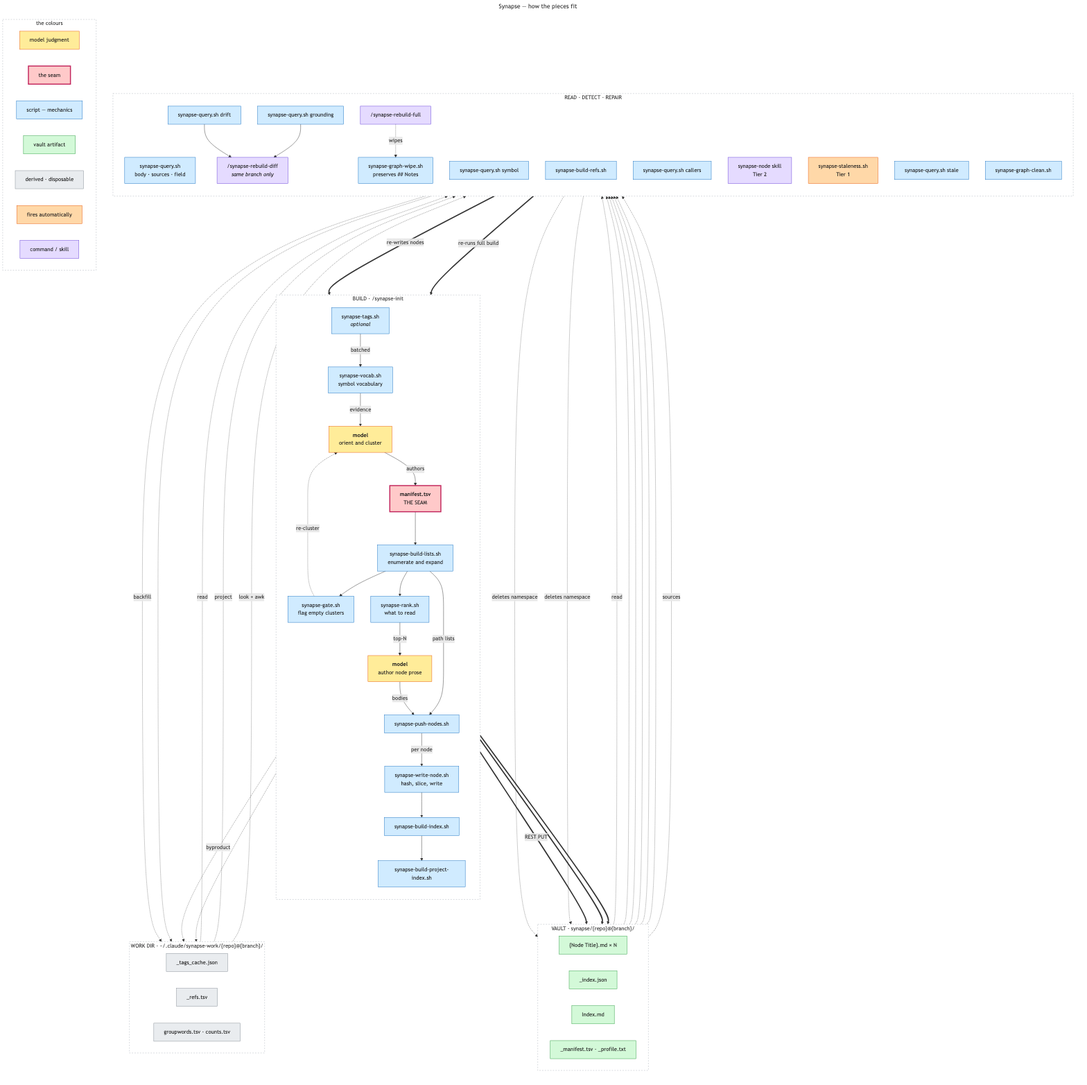
Earlier version of the Mermaid export docs/diagrams/synapse-pipeline.png (imunitic/synapse). Its source is kept beside it as docs/diagrams/synapse-pipeline.mmd.
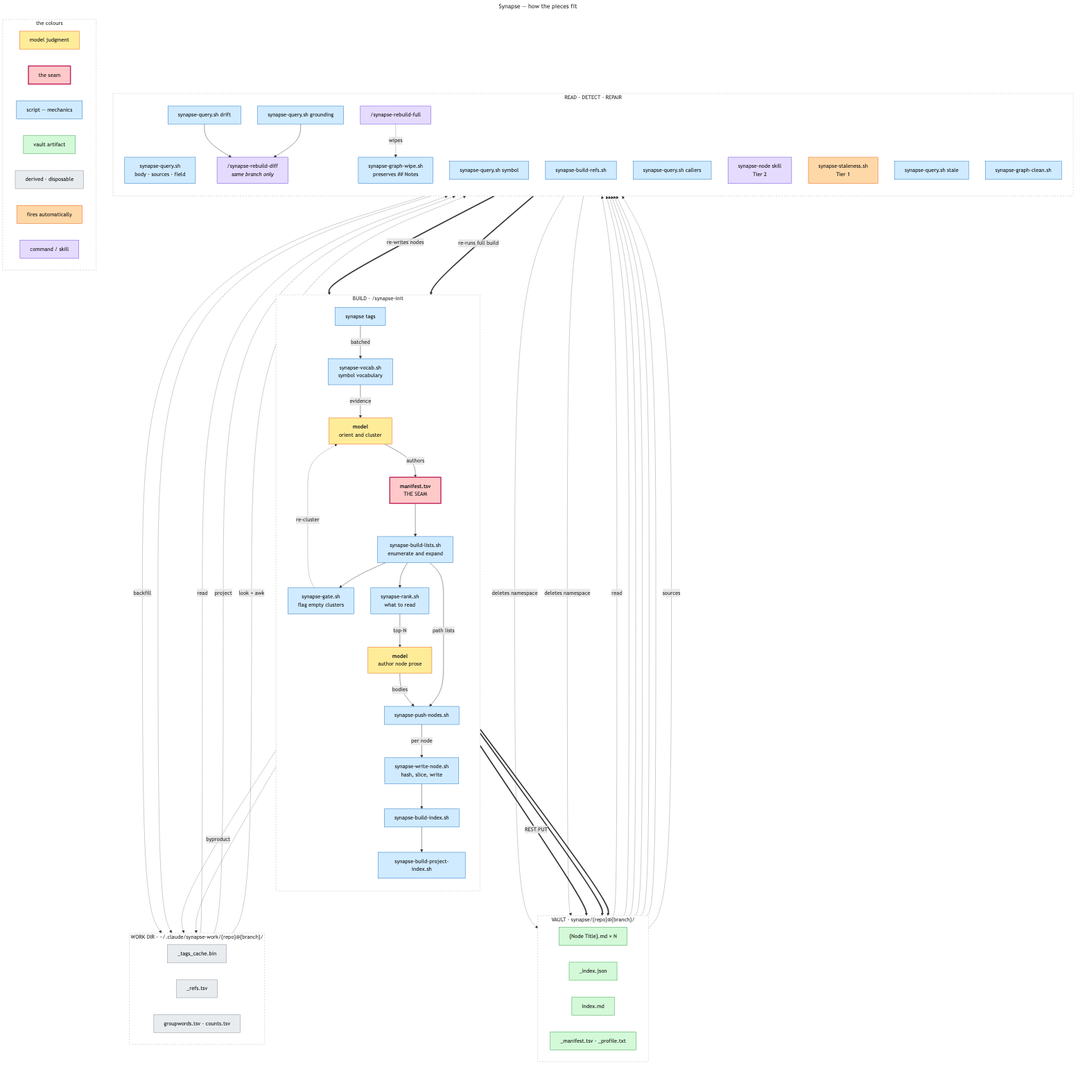
Above is the later version.

Diff of the diagram source:
```diff
@@ -12,7 +12,7 @@
 
     subgraph BUILD["BUILD · /synapse-init"]
         direction TB
-        TAGS["synapse-tags.sh<br/><i>optional</i>"]
+        TAGS["synapse tags"]
         VOCAB["synapse-vocab.sh<br/>symbol vocabulary"]
         ORIENT["<b>model</b><br/>orient and cluster"]
         MANIFEST["<b>manifest.tsv</b><br/>THE SEAM"]
@@ -49,7 +49,7 @@
 
     subgraph WORK["WORK DIR · ~/.claude/synapse-work/{repo}@{branch}/"]
         direction LR
-        TAGSCACHE["_tags_cache.json"]
+        TAGSCACHE["_tags_cache.bin"]
         REFSIDX["_refs.tsv"]
         WORDS["groupwords.tsv · counts.tsv"]
     end
```
